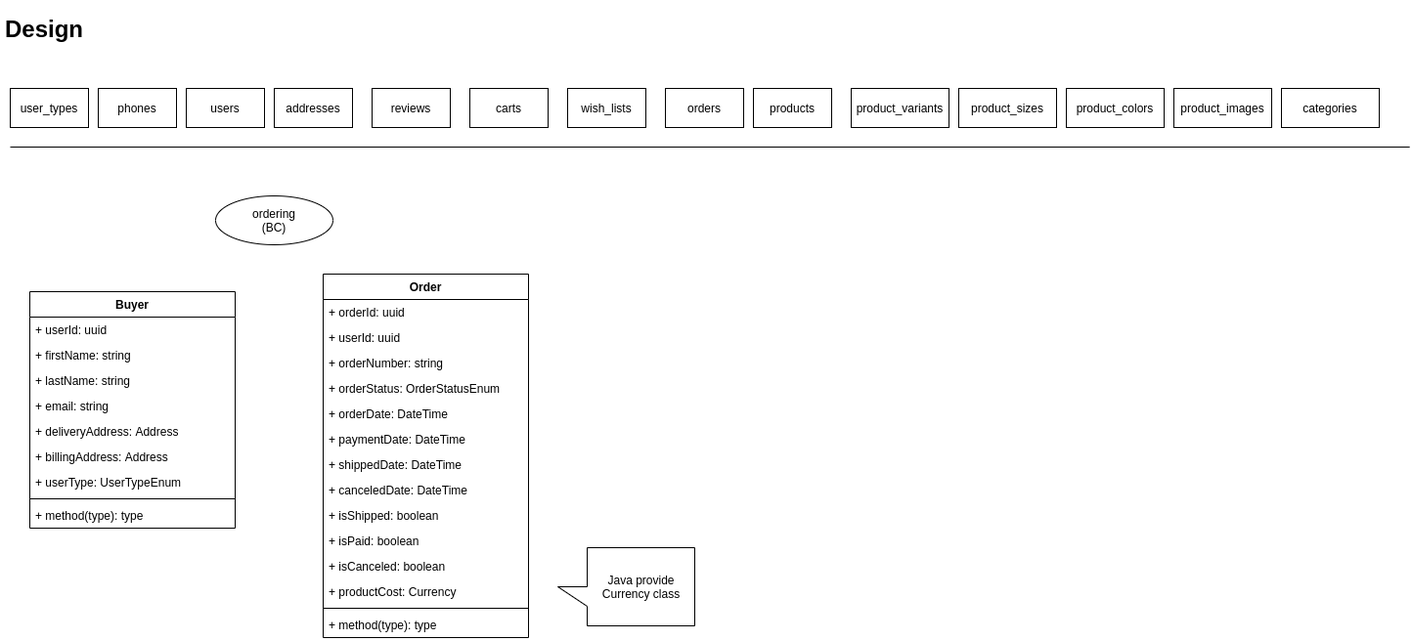
This is backend-uml.png from stsiwo/e-commerce-starter-kits, a draw.io export, as it was before one commit. Source tidied: cells renumbered, new cells last; positions are measured from the earlier drawing's top-left corner, leaving out a move shared by most shapes.
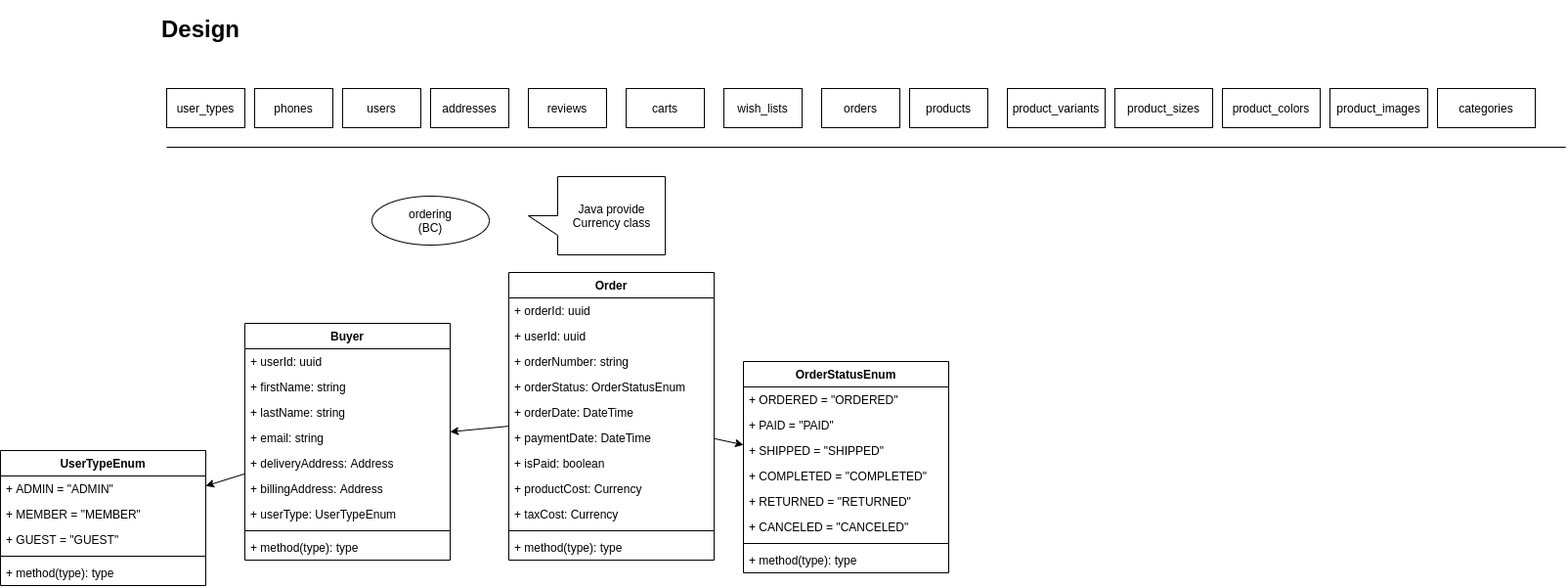
Above is the later version.

The edit, as a diff of the source:
```diff
@@ -56,8 +56,11 @@
     <mxCell id="18" value="ordering&lt;br&gt;(BC)" style="ellipse;whiteSpace=wrap;html=1;" parent="1" vertex="1">
       <mxGeometry x="220" y="190" width="120" height="50" as="geometry" />
     </mxCell>
+    <mxCell id="45" style="rounded=0;jettySize=auto;html=1;" parent="1" edge="1" source="19" target="49">
+      <mxGeometry relative="1" as="geometry" />
+    </mxCell>
     <mxCell id="19" value="Buyer" style="swimlane;fontStyle=1;align=center;verticalAlign=top;horizontal=1;startSize=26;" parent="1" vertex="1">
-      <mxGeometry x="30" y="288" width="210" height="242" as="geometry" />
+      <mxGeometry x="90" y="320" width="210" height="242" as="geometry" />
     </mxCell>
     <mxCell id="20" value="+ userId: uuid " style="text;strokeColor=none;fillColor=none;align=left;verticalAlign=top;spacingLeft=4;spacingRight=4;overflow=hidden;" parent="19" vertex="1">
       <mxGeometry y="26" width="210" height="26" as="geometry" />
@@ -86,8 +89,14 @@
     <mxCell id="28" value="+ method(type): type" style="text;strokeColor=none;fillColor=none;align=left;verticalAlign=top;spacingLeft=4;spacingRight=4;overflow=hidden;" parent="19" vertex="1">
       <mxGeometry y="216" width="210" height="26" as="geometry" />
     </mxCell>
+    <mxCell id="46" style="edgeStyle=none;rounded=0;jettySize=auto;html=1;" parent="1" edge="1" source="29" target="19">
+      <mxGeometry relative="1" as="geometry" />
+    </mxCell>
+    <mxCell id="47" style="edgeStyle=none;rounded=0;jettySize=auto;html=1;" parent="1" edge="1" source="29" target="55">
+      <mxGeometry relative="1" as="geometry" />
+    </mxCell>
     <mxCell id="29" value="Order" style="swimlane;fontStyle=1;align=center;verticalAlign=top;horizontal=1;startSize=26;" parent="1" vertex="1">
-      <mxGeometry x="330" y="270" width="210" height="372" as="geometry" />
+      <mxGeometry x="360" y="268" width="210" height="294" as="geometry" />
     </mxCell>
     <mxCell id="30" value="+ orderId: uuid " style="text;strokeColor=none;fillColor=none;align=left;verticalAlign=top;spacingLeft=4;spacingRight=4;overflow=hidden;" parent="29" vertex="1">
       <mxGeometry y="26" width="210" height="26" as="geometry" />
@@ -107,32 +116,68 @@
     <mxCell id="35" value="+ paymentDate: DateTime" style="text;strokeColor=none;fillColor=none;align=left;verticalAlign=top;spacingLeft=4;spacingRight=4;overflow=hidden;" parent="29" vertex="1">
       <mxGeometry y="156" width="210" height="26" as="geometry" />
     </mxCell>
-    <mxCell id="36" value="+ shippedDate: DateTime" style="text;strokeColor=none;fillColor=none;align=left;verticalAlign=top;spacingLeft=4;spacingRight=4;overflow=hidden;" parent="29" vertex="1">
-      <mxGeometry y="182" width="210" height="26" as="geometry" />
-    </mxCell>
-    <mxCell id="37" value="+ canceledDate: DateTime" style="text;strokeColor=none;fillColor=none;align=left;verticalAlign=top;spacingLeft=4;spacingRight=4;overflow=hidden;" parent="29" vertex="1">
-      <mxGeometry y="208" width="210" height="26" as="geometry" />
-    </mxCell>
-    <mxCell id="38" value="+ isShipped: boolean" style="text;strokeColor=none;fillColor=none;align=left;verticalAlign=top;spacingLeft=4;spacingRight=4;overflow=hidden;" parent="29" vertex="1">
-      <mxGeometry y="234" width="210" height="26" as="geometry" />
-    </mxCell>
     <mxCell id="39" value="+ isPaid: boolean" style="text;strokeColor=none;fillColor=none;align=left;verticalAlign=top;spacingLeft=4;spacingRight=4;overflow=hidden;" parent="29" vertex="1">
-      <mxGeometry y="260" width="210" height="26" as="geometry" />
+      <mxGeometry y="182" width="210" height="26" as="geometry" />
     </mxCell>
-    <mxCell id="40" value="+ isCanceled: boolean" style="text;strokeColor=none;fillColor=none;align=left;verticalAlign=top;spacingLeft=4;spacingRight=4;overflow=hidden;" parent="29" vertex="1">
-      <mxGeometry y="286" width="210" height="26" as="geometry" />
-    </mxCell>
     <mxCell id="41" value="+ productCost: Currency" style="text;strokeColor=none;fillColor=none;align=left;verticalAlign=top;spacingLeft=4;spacingRight=4;overflow=hidden;" parent="29" vertex="1">
-      <mxGeometry y="312" width="210" height="26" as="geometry" />
+      <mxGeometry y="208" width="210" height="26" as="geometry" />
     </mxCell>
+    <mxCell id="48" value="+ taxCost: Currency" style="text;strokeColor=none;fillColor=none;align=left;verticalAlign=top;spacingLeft=4;spacingRight=4;overflow=hidden;" parent="29" vertex="1">
+      <mxGeometry y="234" width="210" height="26" as="geometry" />
+    </mxCell>
     <mxCell id="42" style="line;strokeWidth=1;fillColor=none;align=left;verticalAlign=middle;spacingTop=-1;spacingLeft=3;spacingRight=3;labelPosition=right;" parent="29" vertex="1">
-      <mxGeometry y="338" width="210" height="8" as="geometry" />
+      <mxGeometry y="260" width="210" height="8" as="geometry" />
     </mxCell>
     <mxCell id="43" value="+ method(type): type" style="text;strokeColor=none;fillColor=none;align=left;verticalAlign=top;spacingLeft=4;spacingRight=4;overflow=hidden;" parent="29" vertex="1">
-      <mxGeometry y="346" width="210" height="26" as="geometry" />
+      <mxGeometry y="268" width="210" height="26" as="geometry" />
     </mxCell>
     <mxCell id="44" value="Java provide &lt;a href=&quot;https://stackoverflow.com/questions/8148684/what-data-type-to-use-for-money-in-java&quot;&gt;Currency class&lt;/a&gt;" style="shape=callout;whiteSpace=wrap;html=1;perimeter=calloutPerimeter;direction=south;" parent="1" vertex="1">
-      <mxGeometry x="570" y="550" width="140" height="80" as="geometry" />
+      <mxGeometry x="380" y="170" width="140" height="80" as="geometry" />
     </mxCell>
+    <mxCell id="49" value="UserTypeEnum" style="swimlane;fontStyle=1;align=center;verticalAlign=top;horizontal=1;startSize=26;" parent="1" vertex="1">
+      <mxGeometry x="-160" y="450" width="210" height="138" as="geometry" />
+    </mxCell>
+    <mxCell id="50" value="+ ADMIN = &quot;ADMIN&quot;" style="text;strokeColor=none;fillColor=none;align=left;verticalAlign=top;spacingLeft=4;spacingRight=4;overflow=hidden;" parent="49" vertex="1">
+      <mxGeometry y="26" width="210" height="26" as="geometry" />
+    </mxCell>
+    <mxCell id="51" value="+ MEMBER = &quot;MEMBER&quot;" style="text;strokeColor=none;fillColor=none;align=left;verticalAlign=top;spacingLeft=4;spacingRight=4;overflow=hidden;" parent="49" vertex="1">
+      <mxGeometry y="52" width="210" height="26" as="geometry" />
+    </mxCell>
+    <mxCell id="52" value="+ GUEST = &quot;GUEST&quot;" style="text;strokeColor=none;fillColor=none;align=left;verticalAlign=top;spacingLeft=4;spacingRight=4;overflow=hidden;" parent="49" vertex="1">
+      <mxGeometry y="78" width="210" height="26" as="geometry" />
+    </mxCell>
+    <mxCell id="53" style="line;strokeWidth=1;fillColor=none;align=left;verticalAlign=middle;spacingTop=-1;spacingLeft=3;spacingRight=3;labelPosition=right;" parent="49" vertex="1">
+      <mxGeometry y="104" width="210" height="8" as="geometry" />
+    </mxCell>
+    <mxCell id="54" value="+ method(type): type" style="text;strokeColor=none;fillColor=none;align=left;verticalAlign=top;spacingLeft=4;spacingRight=4;overflow=hidden;" parent="49" vertex="1">
+      <mxGeometry y="112" width="210" height="26" as="geometry" />
+    </mxCell>
+    <mxCell id="55" value="OrderStatusEnum" style="swimlane;fontStyle=1;align=center;verticalAlign=top;horizontal=1;startSize=26;" parent="1" vertex="1">
+      <mxGeometry x="600" y="359" width="210" height="216" as="geometry" />
+    </mxCell>
+    <mxCell id="56" value="+ ORDERED = &quot;ORDERED&quot;" style="text;strokeColor=none;fillColor=none;align=left;verticalAlign=top;spacingLeft=4;spacingRight=4;overflow=hidden;" parent="55" vertex="1">
+      <mxGeometry y="26" width="210" height="26" as="geometry" />
+    </mxCell>
+    <mxCell id="57" value="+ PAID = &quot;PAID&quot;" style="text;strokeColor=none;fillColor=none;align=left;verticalAlign=top;spacingLeft=4;spacingRight=4;overflow=hidden;" parent="55" vertex="1">
+      <mxGeometry y="52" width="210" height="26" as="geometry" />
+    </mxCell>
+    <mxCell id="58" value="+ SHIPPED = &quot;SHIPPED&quot;" style="text;strokeColor=none;fillColor=none;align=left;verticalAlign=top;spacingLeft=4;spacingRight=4;overflow=hidden;" parent="55" vertex="1">
+      <mxGeometry y="78" width="210" height="26" as="geometry" />
+    </mxCell>
+    <mxCell id="59" value="+ COMPLETED = &quot;COMPLETED&quot;" style="text;strokeColor=none;fillColor=none;align=left;verticalAlign=top;spacingLeft=4;spacingRight=4;overflow=hidden;" parent="55" vertex="1">
+      <mxGeometry y="104" width="210" height="26" as="geometry" />
+    </mxCell>
+    <mxCell id="60" value="+ RETURNED = &quot;RETURNED&quot;" style="text;strokeColor=none;fillColor=none;align=left;verticalAlign=top;spacingLeft=4;spacingRight=4;overflow=hidden;" parent="55" vertex="1">
+      <mxGeometry y="130" width="210" height="26" as="geometry" />
+    </mxCell>
+    <mxCell id="61" value="+ CANCELED = &quot;CANCELED&quot;" style="text;strokeColor=none;fillColor=none;align=left;verticalAlign=top;spacingLeft=4;spacingRight=4;overflow=hidden;" parent="55" vertex="1">
+      <mxGeometry y="156" width="210" height="26" as="geometry" />
+    </mxCell>
+    <mxCell id="62" style="line;strokeWidth=1;fillColor=none;align=left;verticalAlign=middle;spacingTop=-1;spacingLeft=3;spacingRight=3;labelPosition=right;" parent="55" vertex="1">
+      <mxGeometry y="182" width="210" height="8" as="geometry" />
+    </mxCell>
+    <mxCell id="63" value="+ method(type): type" style="text;strokeColor=none;fillColor=none;align=left;verticalAlign=top;spacingLeft=4;spacingRight=4;overflow=hidden;" parent="55" vertex="1">
+      <mxGeometry y="190" width="210" height="26" as="geometry" />
+    </mxCell>
   </root>
 </mxGraphModel>
```
